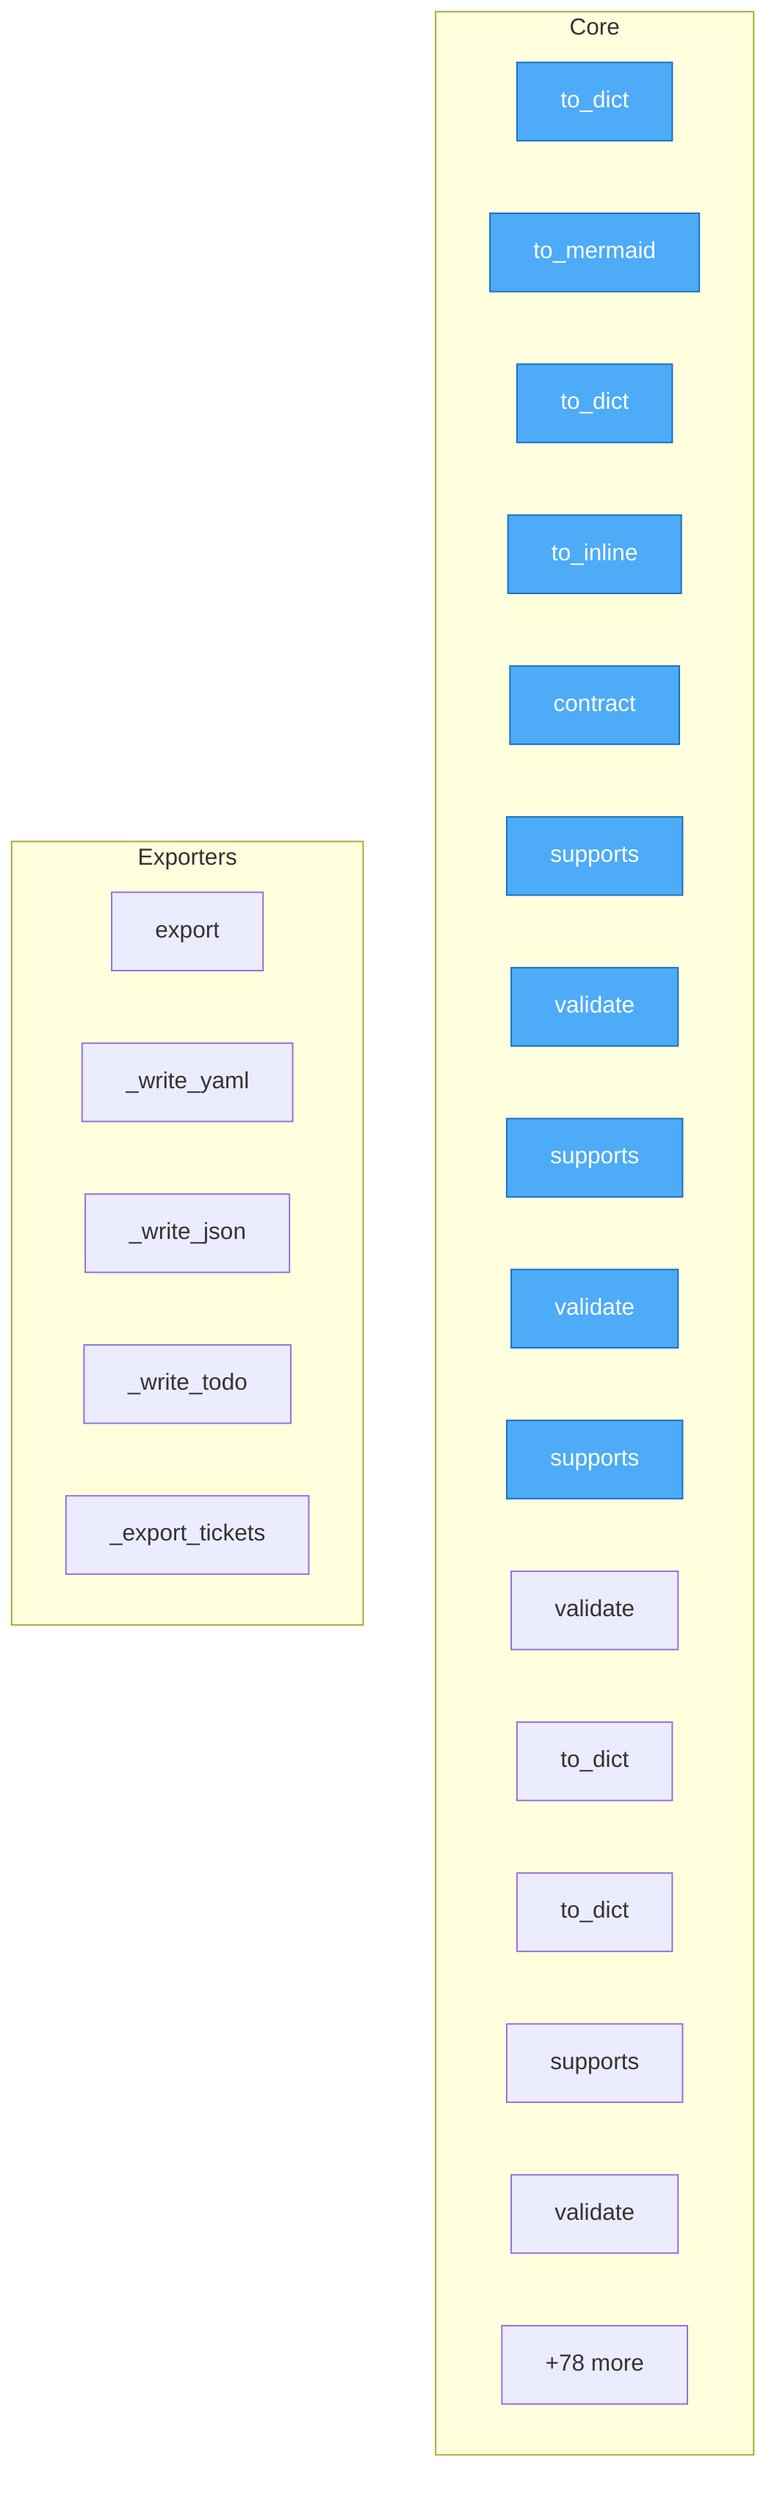
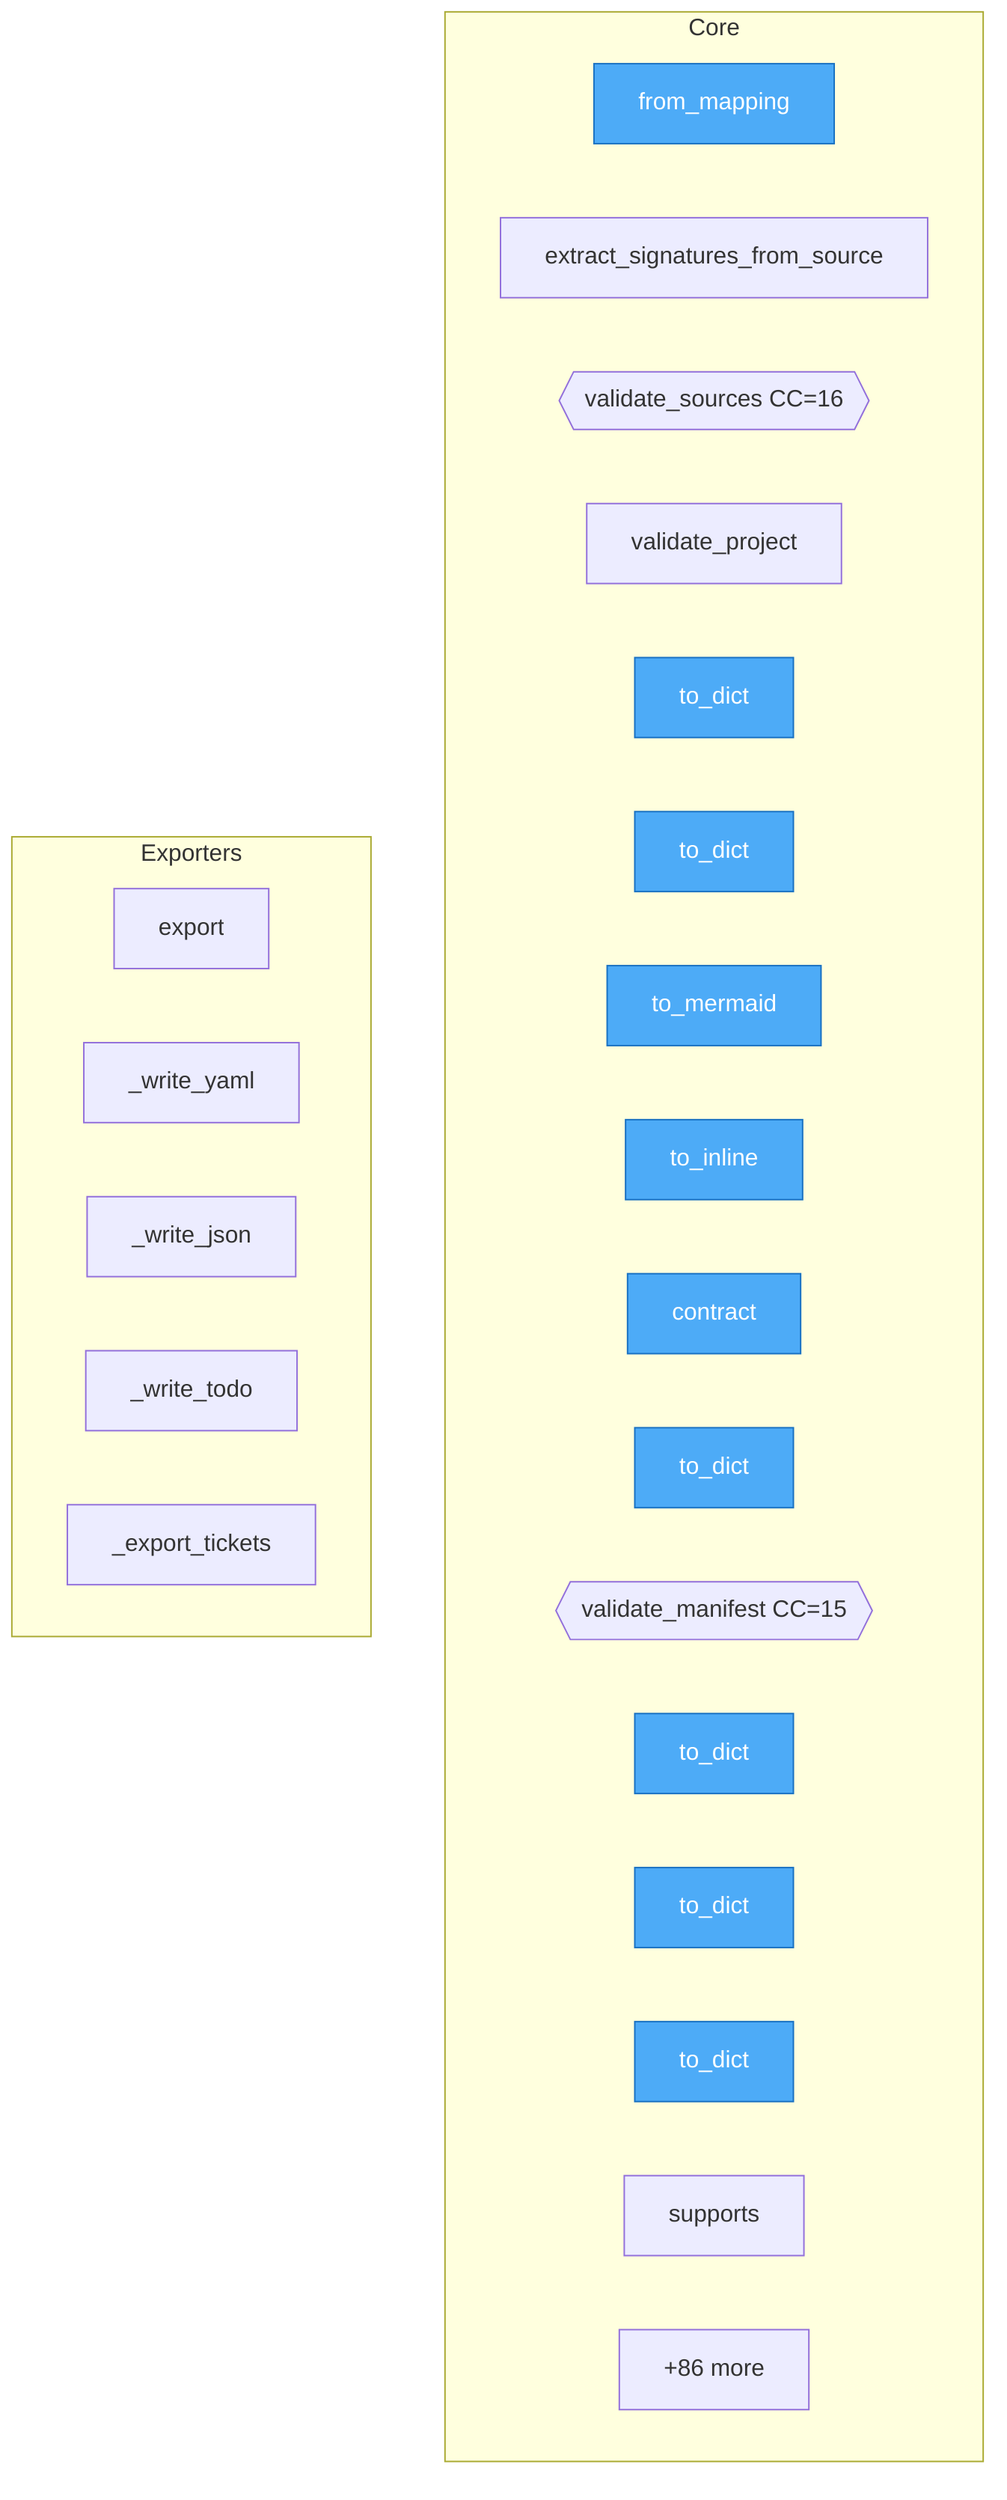
flowchart TD
- %% generated in 0.03s
+ %% generated in 0.01s

    %% Entry points (blue)
    classDef entry fill:#4dabf7,stroke:#1971c2,color:#fff

    subgraph Core
+         src__intract__config__IntractConfig__from_mapping["from_mapping"]
+         src__intract__project__extract_signatures_from_sources["extract_signatures_from_source"]
+         src__intract__project__validate_sources{{validate_sources CC=16}}
+         src__intract__project__validate_project["validate_project"]
+         src__intract__coverage__CoverageReport__to_dict["to_dict"]
        src__intract__graph__ContractGraph__to_dict["to_dict"]
        src__intract__graph__ContractGraph__to_mermaid["to_mermaid"]
-         src__intract__coverage__CoverageReport__to_dict["to_dict"]
        src__intract__sdk__ContractBuilder__to_inline["to_inline"]
        src__intract__sdk__contract["contract"]
-         src__intract__validators__input_output__InputPresenceRule__supports["supports"]
-         src__intract__validators__input_output__InputPresenceRule__validate["validate"]
-         src__intract__validators__input_output__OutputPresenceRule__supports["supports"]
-         src__intract__validators__input_output__OutputPresenceRule__validate["validate"]
-         src__intract__validators__input_output__ReturnValueRule__supports["supports"]
-         src__intract__validators__input_output__ReturnValueRule__validate["validate"]
+         src__intract__manifest_schema__ManifestValidationReport__to_dict["to_dict"]
+         src__intract__manifest_schema__validate_manifest{{validate_manifest CC=15}}
        src__intract__duplicates__grouping__DuplicateContract__to_dict["to_dict"]
        src__intract__duplicates__grouping__IntentDuplicateGroup__to_dict["to_dict"]
-         src__intract__validators__effects__NoForbiddenEffectRule__supports["supports"]
-         src__intract__validators__effects__NoForbiddenEffectRule__validate["validate"]
-         ...["+78 more"]
+         src__intract__validators__artifacts__ArtifactValidationReport__to_dict["to_dict"]
+         src__intract__validators__input_output__InputPresenceRule__supports["supports"]
+         ...["+86 more"]
    end

    subgraph Exporters
        src__intract__integrations__planfile__PlanfileExporter__export["export"]
        src__intract__integrations__planfile__PlanfileExporter___write_yaml["_write_yaml"]
        src__intract__integrations__planfile__PlanfileExporter___write_json["_write_json"]
        src__intract__integrations__planfile__PlanfileExporter___write_todo["_write_todo"]
        src__intract__cli___export_tickets["_export_tickets"]
    end

-     class src__intract__graph__ContractGraph__to_dict,src__intract__graph__ContractGraph__to_mermaid,src__intract__coverage__CoverageReport__to_dict,src__intract__sdk__ContractBuilder__to_inline,src__intract__sdk__contract,src__intract__validators__input_output__InputPresenceRule__supports,src__intract__validators__input_output__InputPresenceRule__validate,src__intract__validators__input_output__OutputPresenceRule__supports,src__intract__validators__input_output__OutputPresenceRule__validate,src__intract__validators__input_output__ReturnValueRule__supports entry
+     class src__intract__config__IntractConfig__from_mapping,src__intract__coverage__CoverageReport__to_dict,src__intract__graph__ContractGraph__to_dict,src__intract__graph__ContractGraph__to_mermaid,src__intract__sdk__ContractBuilder__to_inline,src__intract__sdk__contract,src__intract__manifest_schema__ManifestValidationReport__to_dict,src__intract__duplicates__grouping__DuplicateContract__to_dict,src__intract__duplicates__grouping__IntentDuplicateGroup__to_dict,src__intract__validators__artifacts__ArtifactValidationReport__to_dict entry
